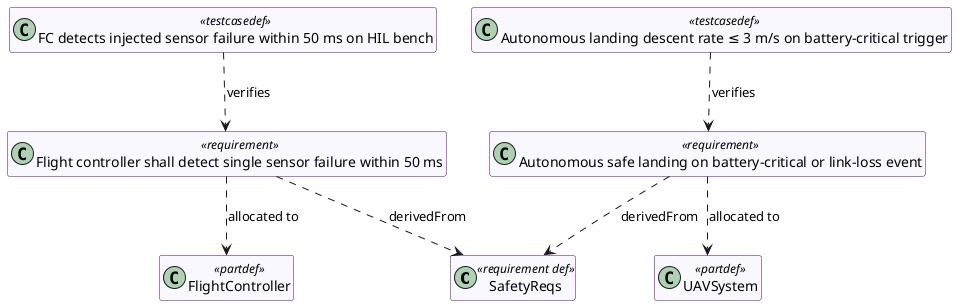
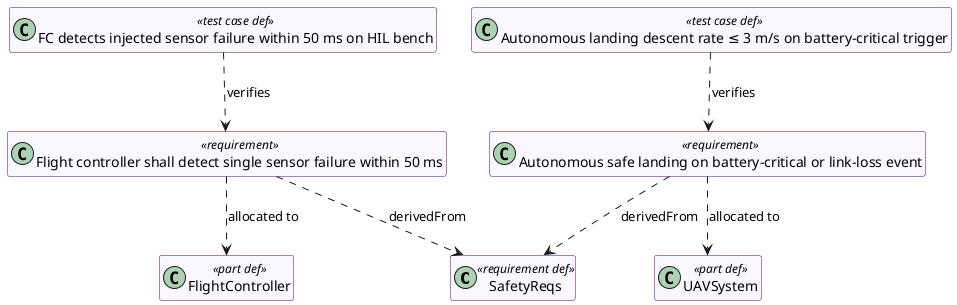
@startuml SafetyRequirementsD
skinparam class {
  BackgroundColor #f9f7ff
  BorderColor #4a0a6e
}
hide empty members

class "SafetyReqs" as s_safety_root <<requirement def>> [[http://localhost:3000/ui/detail/Requirements::SafetyReqs]]
class "Flight controller shall detect single sensor failure within 50 ms" as s_fc_req <<requirement>> [[http://localhost:3000/ui/detail/Requirements::FaultTolerantFCReq]]
class "Autonomous safe landing on battery-critical or link-loss event" as s_land_req <<requirement>> [[http://localhost:3000/ui/detail/Requirements::SafeLandingReq]]
- class "FC detects injected sensor failure within 50 ms on HIL bench" as s_fc_test <<testcasedef>> [[http://localhost:3000/ui/detail/Verification::FCFaultInjectionTest]]
- class "Autonomous landing descent rate ≤ 3 m/s on battery-critical trigger" as s_land_test <<testcasedef>> [[http://localhost:3000/ui/detail/Verification::SafeLandingTest]]
- class "FlightController" as s_fc_hw <<partdef>> [[http://localhost:3000/ui/detail/UAV::Avionics::FlightController]]
- class "UAVSystem" as s_uav_sys <<partdef>> [[http://localhost:3000/ui/detail/UAV::UAVSystem]]
+ class "FC detects injected sensor failure within 50 ms on HIL bench" as s_fc_test <<test case def>> [[http://localhost:3000/ui/detail/Verification::FCFaultInjectionTest]]
+ class "Autonomous landing descent rate ≤ 3 m/s on battery-critical trigger" as s_land_test <<test case def>> [[http://localhost:3000/ui/detail/Verification::SafeLandingTest]]
+ class "FlightController" as s_fc_hw <<part def>> [[http://localhost:3000/ui/detail/UAV::Avionics::FlightController]]
+ class "UAVSystem" as s_uav_sys <<part def>> [[http://localhost:3000/ui/detail/UAV::UAVSystem]]

s_fc_req ..> s_safety_root : derivedFrom
s_land_req ..> s_safety_root : derivedFrom
s_fc_test ..> s_fc_req : verifies
s_land_test ..> s_land_req : verifies
s_fc_req ..> s_fc_hw : allocated to
s_land_req ..> s_uav_sys : allocated to

@enduml
